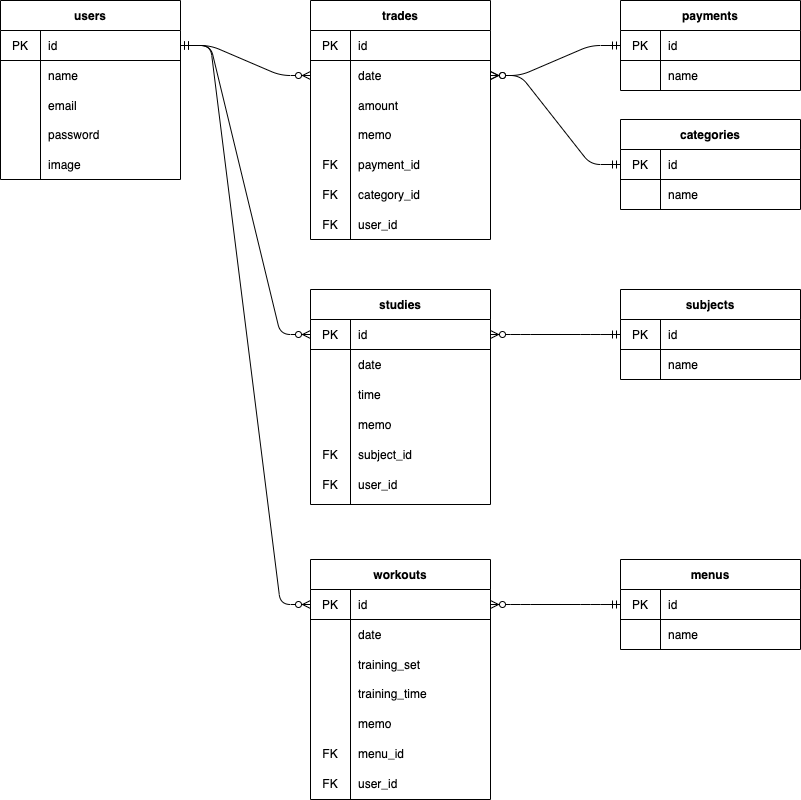
Before: docs/ER図.png, a diagram exported from draw.io (ks1590/rabbit). Source tidied: cells renumbered, new cells last; positions are measured from the earlier drawing's top-left corner, leaving out a move shared by most shapes.
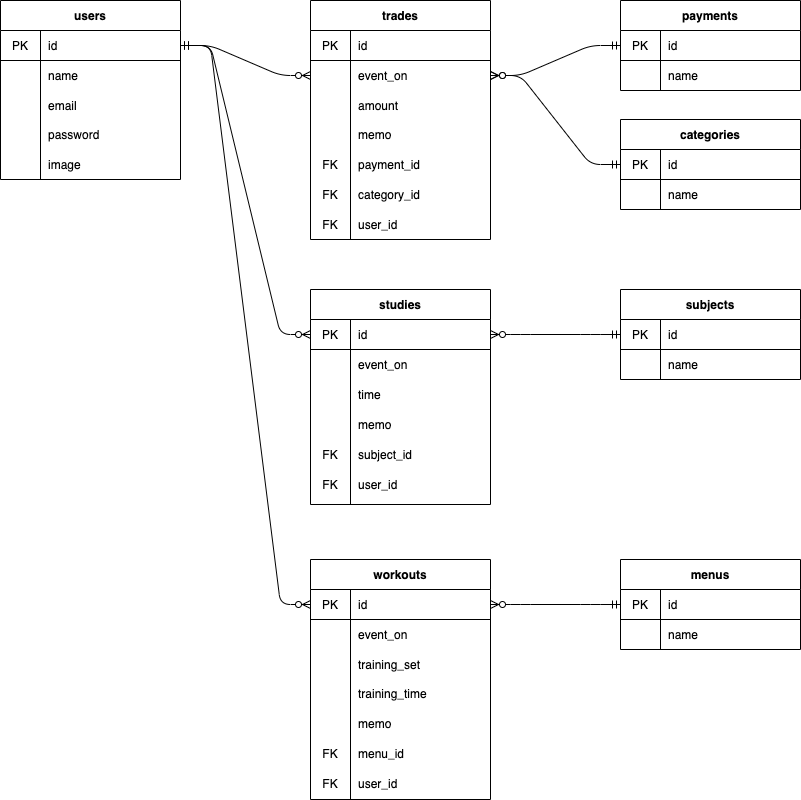
After the change.

Change to the diagram source:
```diff
@@ -44,7 +44,7 @@
     <mxCell id="15" style="shape=partialRectangle;html=1;whiteSpace=wrap;fillColor=none;top=0;left=0;bottom=0;right=0;overflow=hidden;" parent="14" vertex="1">
       <mxGeometry width="40" height="30" as="geometry" />
     </mxCell>
-    <mxCell id="16" value="date" style="shape=partialRectangle;html=1;whiteSpace=wrap;fillColor=none;top=0;left=0;bottom=0;right=0;align=left;spacingLeft=6;overflow=hidden;" parent="14" vertex="1">
+    <mxCell id="16" value="event_on" style="shape=partialRectangle;html=1;whiteSpace=wrap;fillColor=none;top=0;left=0;bottom=0;right=0;align=left;spacingLeft=6;overflow=hidden;" parent="14" vertex="1">
       <mxGeometry x="40" width="140" height="30" as="geometry" />
     </mxCell>
     <mxCell id="17" style="shape=partialRectangle;html=1;whiteSpace=wrap;fillColor=none;top=0;left=0;bottom=0;right=0;" parent="10" vertex="1">
@@ -83,7 +83,7 @@
     <mxCell id="28" style="shape=partialRectangle;html=1;whiteSpace=wrap;fillColor=none;top=0;left=0;bottom=0;right=0;overflow=hidden;" parent="27" vertex="1">
       <mxGeometry width="40" height="30" as="geometry" />
     </mxCell>
-    <mxCell id="29" value="date" style="shape=partialRectangle;html=1;whiteSpace=wrap;fillColor=none;top=0;left=0;bottom=0;right=0;align=left;spacingLeft=6;overflow=hidden;" parent="27" vertex="1">
+    <mxCell id="29" value="event_on" style="shape=partialRectangle;html=1;whiteSpace=wrap;fillColor=none;top=0;left=0;bottom=0;right=0;align=left;spacingLeft=6;overflow=hidden;" parent="27" vertex="1">
       <mxGeometry x="40" width="140" height="30" as="geometry" />
     </mxCell>
     <mxCell id="30" style="shape=partialRectangle;html=1;whiteSpace=wrap;fillColor=none;top=0;left=0;bottom=0;right=0;" parent="23" vertex="1">
@@ -122,7 +122,7 @@
     <mxCell id="41" style="shape=partialRectangle;html=1;whiteSpace=wrap;fillColor=none;top=0;left=0;bottom=0;right=0;overflow=hidden;" parent="40" vertex="1">
       <mxGeometry width="40" height="30" as="geometry" />
     </mxCell>
-    <mxCell id="42" value="date" style="shape=partialRectangle;html=1;whiteSpace=wrap;fillColor=none;top=0;left=0;bottom=0;right=0;align=left;spacingLeft=6;overflow=hidden;" parent="40" vertex="1">
+    <mxCell id="42" value="event_on" style="shape=partialRectangle;html=1;whiteSpace=wrap;fillColor=none;top=0;left=0;bottom=0;right=0;align=left;spacingLeft=6;overflow=hidden;" parent="40" vertex="1">
       <mxGeometry x="40" width="140" height="30" as="geometry" />
     </mxCell>
     <mxCell id="43" style="shape=partialRectangle;html=1;whiteSpace=wrap;fillColor=none;top=0;left=0;bottom=0;right=0;" parent="36" vertex="1">
```
